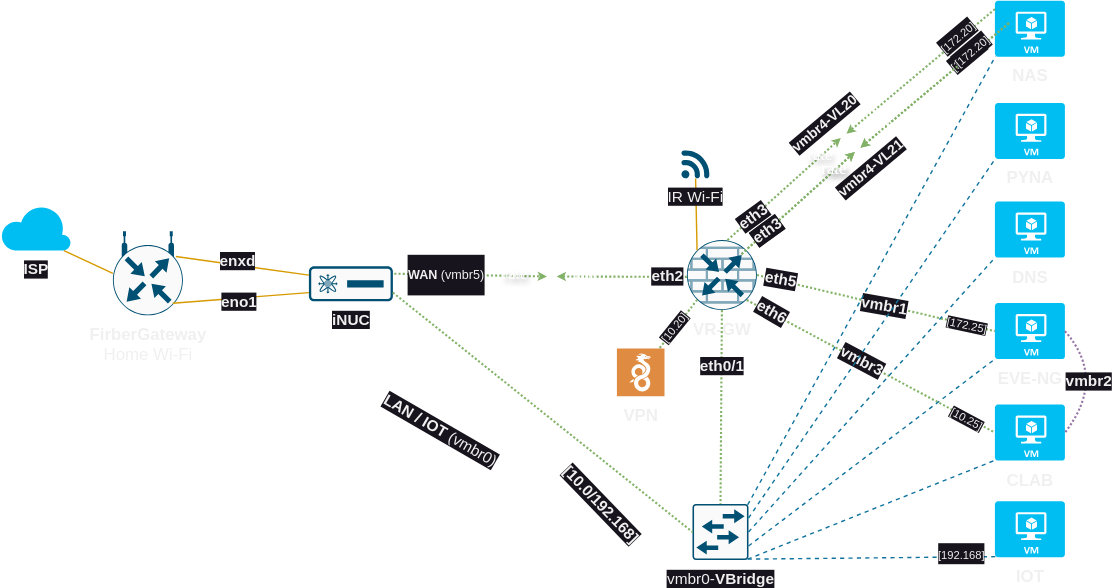
Before: iNUCv2.svg, a diagram exported from draw.io (MrPRodri/graf-f). Source tidied: cells renumbered, new cells last; positions are measured from the earlier drawing's top-left corner, leaving out a move shared by most shapes.
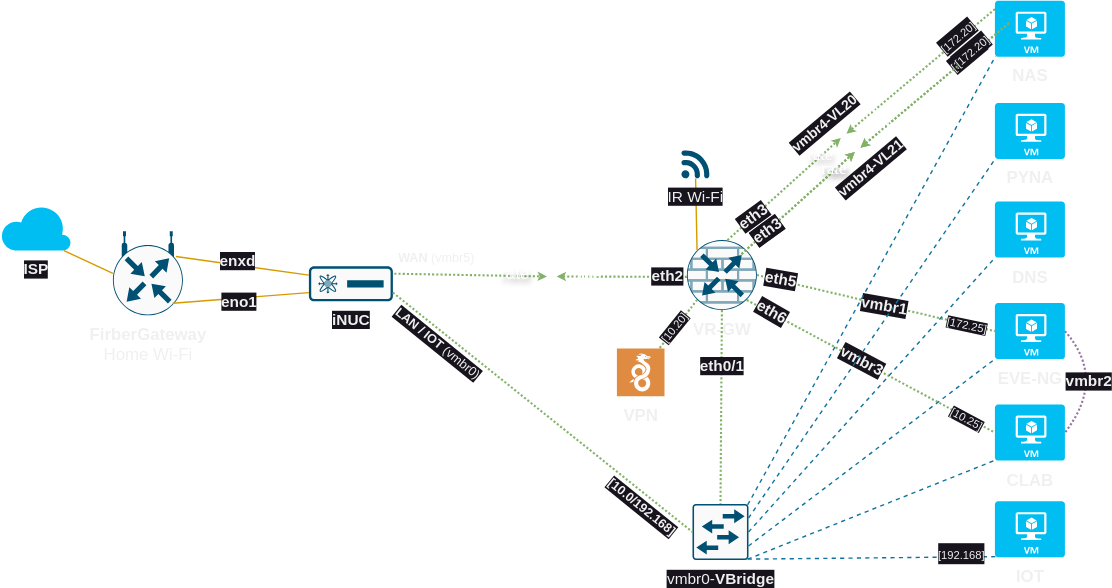
The same diagram one commit later.

The edit, as a diff of the source:
```diff
@@ -101,9 +101,9 @@
     <mxCell id="28" style="edgeStyle=none;shape=connector;rounded=0;jettySize=auto;html=1;exitX=1;exitY=0.75;exitDx=0;exitDy=0;exitPerimeter=0;entryX=0;entryY=0.5;entryDx=0;entryDy=0;entryPerimeter=0;strokeColor=#82b366;align=center;verticalAlign=middle;fontFamily=Helvetica;fontSize=11;fontColor=default;labelBackgroundColor=default;endArrow=none;endFill=0;fillColor=#d5e8d4;dashed=1;dashPattern=1 1;strokeWidth=1.5;" parent="1" edge="1" source="8" target="27">
       <mxGeometry relative="1" as="geometry" />
     </mxCell>
-    <mxCell id="29" value="LAN / IOT&lt;span style=&quot;font-weight: normal;&quot;&gt; (vmbr0)&lt;/span&gt;" style="edgeLabel;html=1;align=center;verticalAlign=middle;fontFamily=Helvetica;fontSize=11;fontColor=default;labelBackgroundColor=default;rounded=0;dashed=1;strokeColor=#82b366;fillColor=#d5e8d4;fontStyle=1;rotation=30;dashPattern=1 1;strokeWidth=1.5;" parent="28" vertex="1">
+    <mxCell id="29" value="LAN / IOT&lt;span style=&quot;font-weight: normal; font-size: 9px;&quot;&gt; (vmbr0)&lt;/span&gt;" style="edgeLabel;html=1;align=center;verticalAlign=middle;fontFamily=Helvetica;fontSize=9;fontColor=default;labelBackgroundColor=default;rounded=0;dashed=1;strokeColor=#82b366;fillColor=#d5e8d4;fontStyle=1;rotation=39;dashPattern=1 1;strokeWidth=1.5;" parent="28" vertex="1">
       <mxGeometry x="-0.09" y="4" relative="1" as="geometry">
-        <mxPoint x="-66" y="23" as="offset" />
+        <mxPoint x="-68" y="-39" as="offset" />
       </mxGeometry>
     </mxCell>
     <mxCell id="30" style="edgeStyle=none;shape=connector;rounded=0;jettySize=auto;html=1;exitX=0.5;exitY=1;exitDx=0;exitDy=0;exitPerimeter=0;entryX=0.5;entryY=0;entryDx=0;entryDy=0;entryPerimeter=0;strokeColor=#82b366;align=center;verticalAlign=middle;fontFamily=Helvetica;fontSize=11;fontColor=default;labelBackgroundColor=default;endArrow=none;endFill=0;fillColor=#d5e8d4;gradientColor=#97d077;strokeWidth=1.5;dashed=1;dashPattern=1 1;fontStyle=1;curved=0;" parent="1" edge="1" source="7" target="27">
@@ -114,9 +114,9 @@
         <mxPoint x="-1" y="-16" as="offset" />
       </mxGeometry>
     </mxCell>
-    <mxCell id="32" value="[10.0/192.168]" style="edgeLabel;html=1;align=center;verticalAlign=middle;fontSize=11;rotation=46;rounded=0;dashed=1;dashPattern=1 1;strokeColor=#82b366;strokeWidth=1.5;fontFamily=Helvetica;fontColor=default;fontStyle=1;labelBackgroundColor=default;fillColor=#d5e8d4;" parent="30" vertex="1">
+    <mxCell id="32" value="[10.0/192.168]" style="edgeLabel;html=1;align=center;verticalAlign=middle;fontSize=9;rotation=39;rounded=0;dashed=1;dashPattern=1 1;strokeColor=#82b366;strokeWidth=1.5;fontFamily=Helvetica;fontColor=default;fontStyle=1;labelBackgroundColor=default;fillColor=#d5e8d4;" parent="30" vertex="1">
       <mxGeometry x="0.39" y="-1" relative="1" as="geometry">
-        <mxPoint x="-84" y="42" as="offset" />
+        <mxPoint x="-55" y="44" as="offset" />
       </mxGeometry>
     </mxCell>
     <mxCell id="33" style="edgeStyle=none;shape=connector;rounded=0;jettySize=auto;html=1;exitX=0.985;exitY=0.015;exitDx=0;exitDy=0;exitPerimeter=0;entryX=0.01;entryY=0.99;entryDx=0;entryDy=0;entryPerimeter=0;strokeColor=#10739e;align=center;verticalAlign=middle;fontFamily=Helvetica;fontSize=11;fontColor=default;labelBackgroundColor=default;endArrow=none;endFill=0;dashed=1;fillColor=#b1ddf0;" parent="1" edge="1" source="27" target="2">
@@ -233,8 +233,8 @@
         <mxPoint x="8" y="-7" as="offset" />
       </mxGeometry>
     </mxCell>
-    <mxCell id="59" value="rate" style="rounded=0;orthogonalLoop=1;html=1;startSize=6;endArrow=classic;endFill=1;endSize=2;fontSize=12;strokeColor=#82B168;fontColor=#FFFFFF;labelBackgroundColor=none;jumpStyle=gap;strokeWidth=1.5;fontFamily=Google Sans;fontSource=https%3A%2F%2Ffonts.googleapis.com%2Fcss%3Ffamily%3DGoogle%2BSans;dashed=1;dashPattern=1 1;align=center;verticalAlign=middle;" parent="1" edge="1">
-      <mxGeometry x="0.53" y="-2" relative="1" as="geometry">
+    <mxCell id="59" value="rate" style="rounded=0;orthogonalLoop=1;html=1;startSize=6;endArrow=classic;endFill=1;endSize=2;fontSize=12;strokeColor=#82B168;fontColor=#FFFFFF;labelBackgroundColor=none;jumpStyle=gap;strokeWidth=1.5;fontFamily=Helvetica;dashed=1;dashPattern=1 1;align=center;verticalAlign=middle;" parent="1" edge="1">
+      <mxGeometry x="0.53" y="-1" relative="1" as="geometry">
         <mxPoint x="490" y="197.2" as="sourcePoint" />
         <mxPoint x="397" y="197" as="targetPoint" />
       </mxGeometry>
@@ -244,15 +244,15 @@
         <mxPoint x="3" as="offset" />
       </mxGeometry>
     </mxCell>
-    <mxCell id="61" value="rate" style="rounded=0;orthogonalLoop=1;html=1;startSize=6;endArrow=classic;endFill=1;endSize=2;fontSize=12;fontColor=#FFFFFF;labelBackgroundColor=none;jumpStyle=gap;strokeWidth=1.5;fontFamily=Google Sans;fontSource=https%3A%2F%2Ffonts.googleapis.com%2Fcss%3Ffamily%3DGoogle%2BSans;dashed=1;dashPattern=1 1;align=center;verticalAlign=middle;textShadow=1;strokeColor=#82B168;" parent="1" edge="1">
+    <mxCell id="61" value="rate" style="rounded=0;orthogonalLoop=1;html=1;startSize=6;endArrow=classic;endFill=1;endSize=2;fontSize=12;fontColor=#FFFFFF;labelBackgroundColor=none;jumpStyle=gap;strokeWidth=1.5;fontFamily=Helvetica;dashed=1;dashPattern=1 1;align=center;verticalAlign=middle;textShadow=1;strokeColor=#82B168;" parent="1" edge="1">
       <mxGeometry x="0.57" y="2" relative="1" as="geometry">
         <mxPoint x="281" y="195" as="sourcePoint" />
         <mxPoint x="390" y="197" as="targetPoint" />
       </mxGeometry>
     </mxCell>
-    <mxCell id="62" value="&lt;p style=&quot;line-height: 120%; font-size: 9px;&quot;&gt;WAN&lt;span style=&quot;font-weight: normal;&quot;&gt;&amp;nbsp;(vmbr5)&lt;/span&gt;&lt;/p&gt;" style="edgeLabel;html=1;align=center;verticalAlign=middle;fontFamily=Helvetica;fontSize=11;fontColor=default;fontStyle=1;labelBackgroundColor=default;fillColor=none;gradientColor=none;rotation=0;" parent="61" vertex="1">
+    <mxCell id="62" value="&lt;p style=&quot;line-height: 120%; font-size: 9px;&quot;&gt;WAN&lt;span style=&quot;font-weight: normal;&quot;&gt;&amp;nbsp;(vmbr5)&lt;/span&gt;&lt;/p&gt;" style="edgeLabel;html=1;align=center;verticalAlign=middle;fontFamily=Helvetica;fontSize=11;fontColor=default;fontStyle=1;labelBackgroundColor=none;fillColor=none;gradientColor=none;rotation=0;" parent="61" vertex="1">
       <mxGeometry x="-0.76" y="1" relative="1" as="geometry">
-        <mxPoint x="23" y="1" as="offset" />
+        <mxPoint x="16" y="-11" as="offset" />
       </mxGeometry>
     </mxCell>
   </root>
```
